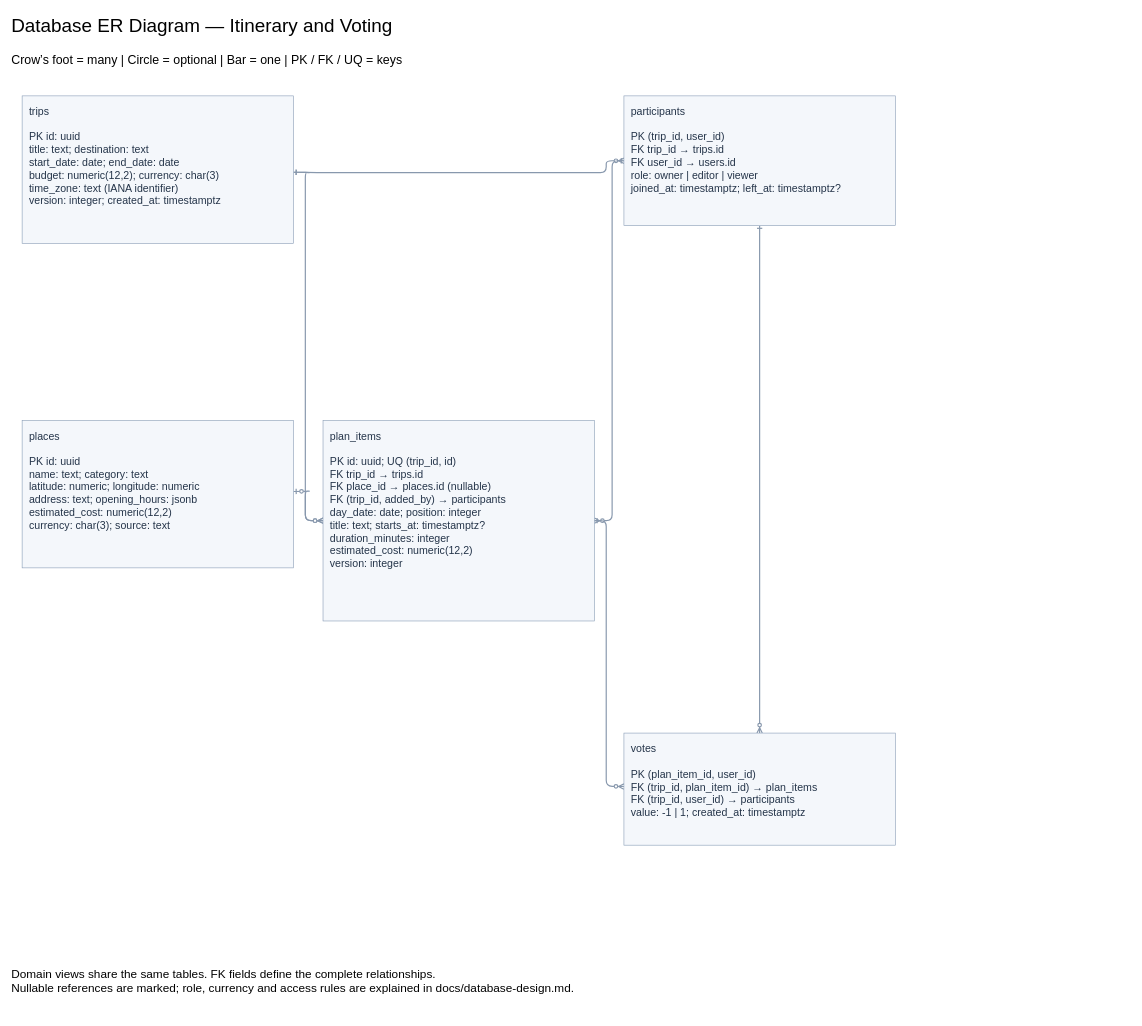
Earlier version of the draw.io diagram page "Itinerary and Voting" (2 of 4) of diagrams/database-er.drawio (yer455yl/collaborative-trip-planning). Source tidied: cells renumbered, new cells numbered last; positions are measured from the earlier drawing's top-left corner, leaving out a move shared by most shapes. Both pictures are drawn from the tidied source at 59%, with x=0, y=0 at pixel (10, 10).
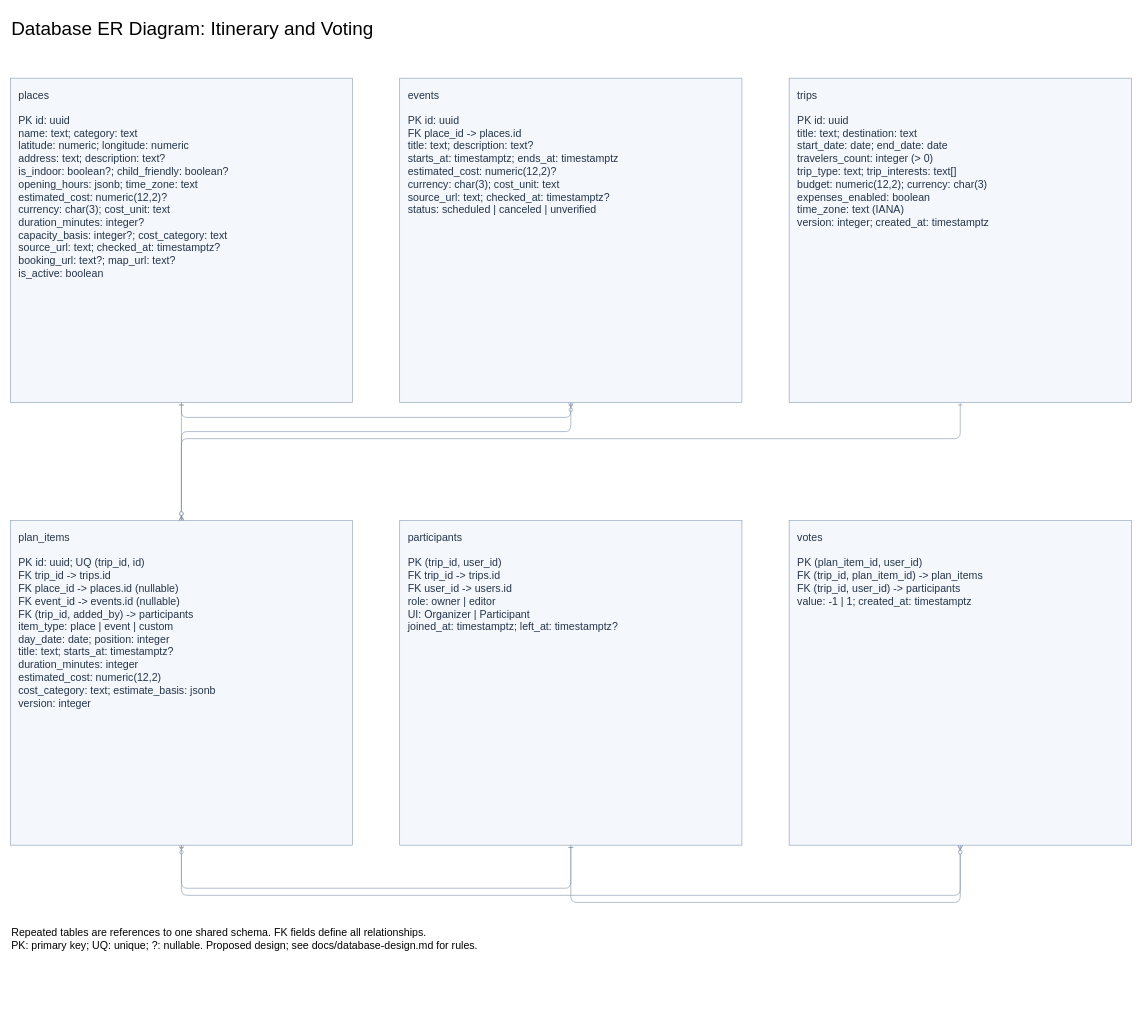
The same diagram, later.

What changed in the source:
```diff
@@
-    <mxCell id="2" value="Database ER Diagram — Itinerary and Voting" style="text;html=0;fontSize=32;align=left;" parent="1" vertex="1">
-      <mxGeometry width="1540" height="60" as="geometry" />
+    <mxCell id="2" value="Database ER Diagram: Itinerary and Voting" style="text;html=0;fontSize=32;align=left;" parent="1" vertex="1">
+      <mxGeometry y="5" width="1900" height="55" as="geometry" />
     </mxCell>
-    <mxCell id="3" value="Crow’s foot = many | Circle = optional | Bar = one | PK / FK / UQ = keys" style="text;html=0;fontSize=21;align=left;" parent="1" vertex="1">
-      <mxGeometry y="65" width="1540" height="45" as="geometry" />
-    </mxCell>
-    <mxCell id="4" style="edgeStyle=none;startArrow=ERone;endArrow=ERzeroToMany;strokeColor=#8898ad;strokeWidth=2;" parent="1" edge="1" source="10" target="11">
-      <mxGeometry relative="1" as="geometry">
-        <Array as="points">
-          <mxPoint x="510" y="275" />
-          <mxPoint x="1010" y="275" />
-          <mxPoint x="1010" y="255" />
-        </Array>
-      </mxGeometry>
-    </mxCell>
+    <mxCell id="16" style="edgeStyle=none;startArrow=ERone;endArrow=ERzeroToMany;strokeColor=#8294aa;exitX=0.5;exitY=1;entryX=0.5;entryY=1;" parent="1" edge="1" source="12" target="18">
+      <mxGeometry relative="1" as="geometry">
+        <Array as="points">
+          <mxPoint x="290" y="690" />
+          <mxPoint x="950" y="690" />
+        </Array>
+      </mxGeometry>
+    </mxCell>
+    <mxCell id="7" style="edgeStyle=none;startArrow=ERone;endArrow=ERzeroToMany;strokeColor=#8294aa;exitX=0.5;exitY=1;entryX=0.5;entryY=0;" parent="1" edge="1" source="12" target="13">
+      <mxGeometry relative="1" as="geometry">
+        <Array as="points">
+          <mxPoint x="290" y="702" />
+          <mxPoint x="290" y="702" />
+        </Array>
+      </mxGeometry>
+    </mxCell>
+    <mxCell id="17" style="edgeStyle=none;startArrow=ERone;endArrow=ERzeroToMany;strokeColor=#8294aa;exitX=0.5;exitY=1;entryX=0.5;entryY=0;" parent="1" edge="1" source="18" target="13">
+      <mxGeometry relative="1" as="geometry">
+        <Array as="points">
+          <mxPoint x="950" y="714" />
+          <mxPoint x="290" y="714" />
+        </Array>
+      </mxGeometry>
+    </mxCell>
-    <mxCell id="5" style="edgeStyle=none;startArrow=ERone;endArrow=ERzeroToMany;strokeColor=#8898ad;strokeWidth=2;" parent="1" edge="1" source="10" target="13">
+    <mxCell id="5" style="edgeStyle=none;startArrow=ERone;endArrow=ERzeroToMany;strokeColor=#8294aa;exitX=0.5;exitY=1;entryX=0.5;entryY=0;" parent="1" edge="1" source="10" target="13">
       <mxGeometry relative="1" as="geometry">
         <Array as="points">
-          <mxPoint x="510" y="275" />
-          <mxPoint x="500" y="275" />
-          <mxPoint x="500" y="865" />
+          <mxPoint x="1610" y="726" />
+          <mxPoint x="290" y="726" />
         </Array>
       </mxGeometry>
     </mxCell>
-    <mxCell id="6" style="edgeStyle=none;startArrow=ERone;endArrow=ERzeroToMany;strokeColor=#8898ad;strokeWidth=2;" parent="1" edge="1" source="11" target="13">
+    <mxCell id="6" style="edgeStyle=none;startArrow=ERone;endArrow=ERzeroToMany;strokeColor=#8294aa;exitX=0.5;exitY=1;entryX=0.5;entryY=1;" parent="1" edge="1" source="11" target="13">
       <mxGeometry relative="1" as="geometry">
         <Array as="points">
-          <mxPoint x="1020" y="255" />
-          <mxPoint x="1020" y="865" />
+          <mxPoint x="950" y="1488" />
+          <mxPoint x="290" y="1488" />
         </Array>
       </mxGeometry>
     </mxCell>
-    <mxCell id="7" style="edgeStyle=none;startArrow=ERzeroToOne;endArrow=ERzeroToMany;strokeColor=#8898ad;strokeWidth=2;" parent="1" edge="1" source="12" target="13">
-      <mxGeometry relative="1" as="geometry">
-        <Array as="points">
-          <mxPoint x="510" y="815" />
-          <mxPoint x="500" y="815" />
-          <mxPoint x="500" y="865" />
-        </Array>
-      </mxGeometry>
-    </mxCell>
-    <mxCell id="8" style="edgeStyle=none;startArrow=ERone;endArrow=ERzeroToMany;strokeColor=#8898ad;strokeWidth=2;" parent="1" edge="1" source="13" target="14">
+    <mxCell id="8" style="edgeStyle=none;startArrow=ERone;endArrow=ERzeroToMany;strokeColor=#8294aa;exitX=0.5;exitY=1;entryX=0.5;entryY=1;" parent="1" edge="1" source="13" target="14">
       <mxGeometry relative="1" as="geometry">
         <Array as="points">
-          <mxPoint x="1010" y="865" />
-          <mxPoint x="1010" y="1315" />
+          <mxPoint x="290" y="1500" />
+          <mxPoint x="1610" y="1500" />
         </Array>
       </mxGeometry>
     </mxCell>
-    <mxCell id="9" style="edgeStyle=none;startArrow=ERone;endArrow=ERzeroToMany;strokeColor=#8898ad;strokeWidth=2;" parent="1" edge="1" source="11" target="14">
-      <mxGeometry relative="1" as="geometry" />
+    <mxCell id="9" style="edgeStyle=none;startArrow=ERone;endArrow=ERzeroToMany;strokeColor=#8294aa;exitX=0.5;exitY=1;entryX=0.5;entryY=1;" parent="1" edge="1" source="11" target="14">
+      <mxGeometry relative="1" as="geometry">
+        <Array as="points">
+          <mxPoint x="950" y="1512" />
+          <mxPoint x="1610" y="1512" />
+        </Array>
+      </mxGeometry>
     </mxCell>
+    <mxCell id="12" value="places&#10;&#10;PK id: uuid&#10;name: text; category: text&#10;latitude: numeric; longitude: numeric&#10;address: text; description: text?&#10;is_indoor: boolean?; child_friendly: boolean?&#10;opening_hours: jsonb; time_zone: text&#10;estimated_cost: numeric(12,2)?&#10;currency: char(3); cost_unit: text&#10;duration_minutes: integer?&#10;capacity_basis: integer?; cost_category: text&#10;source_url: text; checked_at: timestamptz?&#10;booking_url: text?; map_url: text?&#10;is_active: boolean" style="rounded=0;whiteSpace=wrap;html=0;fillColor=#f4f7fb;strokeColor=#879bb5;fontColor=#243449;fontSize=18;align=left;verticalAlign=top;spacing=14;" parent="1" vertex="1">
+      <mxGeometry y="115" width="580" height="550" as="geometry" />
+    </mxCell>
+    <mxCell id="18" value="events&#10;&#10;PK id: uuid&#10;FK place_id -&gt; places.id&#10;title: text; description: text?&#10;starts_at: timestamptz; ends_at: timestamptz&#10;estimated_cost: numeric(12,2)?&#10;currency: char(3); cost_unit: text&#10;source_url: text; checked_at: timestamptz?&#10;status: scheduled | canceled | unverified" style="rounded=0;whiteSpace=wrap;html=0;fillColor=#f4f7fb;strokeColor=#879bb5;fontColor=#243449;fontSize=18;align=left;verticalAlign=top;spacing=14;" parent="1" vertex="1">
+      <mxGeometry x="660" y="115" width="580" height="550" as="geometry" />
+    </mxCell>
-    <mxCell id="10" value="trips&#10;&#10;PK id: uuid&#10;title: text; destination: text&#10;start_date: date; end_date: date&#10;budget: numeric(12,2); currency: char(3)&#10;time_zone: text (IANA identifier)&#10;version: integer; created_at: timestamptz" style="rounded=0;whiteSpace=wrap;html=0;fillColor=#f4f7fb;strokeColor=#879bb5;fontColor=#243449;fontSize=18;align=left;verticalAlign=top;spacing=12;" parent="1" vertex="1">
-      <mxGeometry x="20" y="145" width="460" height="250" as="geometry" />
+    <mxCell id="10" value="trips&#10;&#10;PK id: uuid&#10;title: text; destination: text&#10;start_date: date; end_date: date&#10;travelers_count: integer (&gt; 0)&#10;trip_type: text; trip_interests: text[]&#10;budget: numeric(12,2); currency: char(3)&#10;expenses_enabled: boolean&#10;time_zone: text (IANA)&#10;version: integer; created_at: timestamptz" style="rounded=0;whiteSpace=wrap;html=0;fillColor=#f4f7fb;strokeColor=#879bb5;fontColor=#243449;fontSize=18;align=left;verticalAlign=top;spacing=14;" parent="1" vertex="1">
+      <mxGeometry x="1320" y="115" width="580" height="550" as="geometry" />
     </mxCell>
+    <mxCell id="13" value="plan_items&#10;&#10;PK id: uuid; UQ (trip_id, id)&#10;FK trip_id -&gt; trips.id&#10;FK place_id -&gt; places.id (nullable)&#10;FK event_id -&gt; events.id (nullable)&#10;FK (trip_id, added_by) -&gt; participants&#10;item_type: place | event | custom&#10;day_date: date; position: integer&#10;title: text; starts_at: timestamptz?&#10;duration_minutes: integer&#10;estimated_cost: numeric(12,2)&#10;cost_category: text; estimate_basis: jsonb&#10;version: integer" style="rounded=0;whiteSpace=wrap;html=0;fillColor=#f4f7fb;strokeColor=#879bb5;fontColor=#243449;fontSize=18;align=left;verticalAlign=top;spacing=14;" parent="1" vertex="1">
+      <mxGeometry y="865" width="580" height="550" as="geometry" />
+    </mxCell>
-    <mxCell id="11" value="participants&#10;&#10;PK (trip_id, user_id)&#10;FK trip_id → trips.id&#10;FK user_id → users.id&#10;role: owner | editor | viewer&#10;joined_at: timestamptz; left_at: timestamptz?" style="rounded=0;whiteSpace=wrap;html=0;fillColor=#f4f7fb;strokeColor=#879bb5;fontColor=#243449;fontSize=18;align=left;verticalAlign=top;spacing=12;" parent="1" vertex="1">
-      <mxGeometry x="1040" y="145" width="460" height="220" as="geometry" />
+    <mxCell id="11" value="participants&#10;&#10;PK (trip_id, user_id)&#10;FK trip_id -&gt; trips.id&#10;FK user_id -&gt; users.id&#10;role: owner | editor&#10;UI: Organizer | Participant&#10;joined_at: timestamptz; left_at: timestamptz?" style="rounded=0;whiteSpace=wrap;html=0;fillColor=#f4f7fb;strokeColor=#879bb5;fontColor=#243449;fontSize=18;align=left;verticalAlign=top;spacing=14;" parent="1" vertex="1">
+      <mxGeometry x="660" y="865" width="580" height="550" as="geometry" />
     </mxCell>
-    <mxCell id="12" value="places&#10;&#10;PK id: uuid&#10;name: text; category: text&#10;latitude: numeric; longitude: numeric&#10;address: text; opening_hours: jsonb&#10;estimated_cost: numeric(12,2)&#10;currency: char(3); source: text" style="rounded=0;whiteSpace=wrap;html=0;fillColor=#f4f7fb;strokeColor=#879bb5;fontColor=#243449;fontSize=18;align=left;verticalAlign=top;spacing=12;" parent="1" vertex="1">
-      <mxGeometry x="20" y="695" width="460" height="250" as="geometry" />
-    </mxCell>
-    <mxCell id="13" value="plan_items&#10;&#10;PK id: uuid; UQ (trip_id, id)&#10;FK trip_id → trips.id&#10;FK place_id → places.id (nullable)&#10;FK (trip_id, added_by) → participants&#10;day_date: date; position: integer&#10;title: text; starts_at: timestamptz?&#10;duration_minutes: integer&#10;estimated_cost: numeric(12,2)&#10;version: integer" style="rounded=0;whiteSpace=wrap;html=0;fillColor=#f4f7fb;strokeColor=#879bb5;fontColor=#243449;fontSize=18;align=left;verticalAlign=top;spacing=12;" parent="1" vertex="1">
-      <mxGeometry x="530" y="695" width="460" height="340" as="geometry" />
-    </mxCell>
-    <mxCell id="14" value="votes&#10;&#10;PK (plan_item_id, user_id)&#10;FK (trip_id, plan_item_id) → plan_items&#10;FK (trip_id, user_id) → participants&#10;value: -1 | 1; created_at: timestamptz" style="rounded=0;whiteSpace=wrap;html=0;fillColor=#f4f7fb;strokeColor=#879bb5;fontColor=#243449;fontSize=18;align=left;verticalAlign=top;spacing=12;" parent="1" vertex="1">
-      <mxGeometry x="1040" y="1225" width="460" height="190" as="geometry" />
+    <mxCell id="14" value="votes&#10;&#10;PK (plan_item_id, user_id)&#10;FK (trip_id, plan_item_id) -&gt; plan_items&#10;FK (trip_id, user_id) -&gt; participants&#10;value: -1 | 1; created_at: timestamptz" style="rounded=0;whiteSpace=wrap;html=0;fillColor=#f4f7fb;strokeColor=#879bb5;fontColor=#243449;fontSize=18;align=left;verticalAlign=top;spacing=14;" parent="1" vertex="1">
+      <mxGeometry x="1320" y="865" width="580" height="550" as="geometry" />
     </mxCell>
-    <mxCell id="15" value="Domain views share the same tables. FK fields define the complete relationships.&#10;Nullable references are marked; role, currency and access rules are explained in docs/database-design.md." style="text;html=0;whiteSpace=wrap;fontSize=20;align=left;" parent="1" vertex="1">
-      <mxGeometry y="1615" width="1540" height="90" as="geometry" />
+    <mxCell id="15" value="Repeated tables are references to one shared schema. FK fields define all relationships.&#10;PK: primary key; UQ: unique; ?: nullable. Proposed design; see docs/database-design.md for rules." style="text;html=0;fontSize=18;align=left;" parent="1" vertex="1">
+      <mxGeometry y="1545" width="1880" height="100" as="geometry" />
     </mxCell>
```
